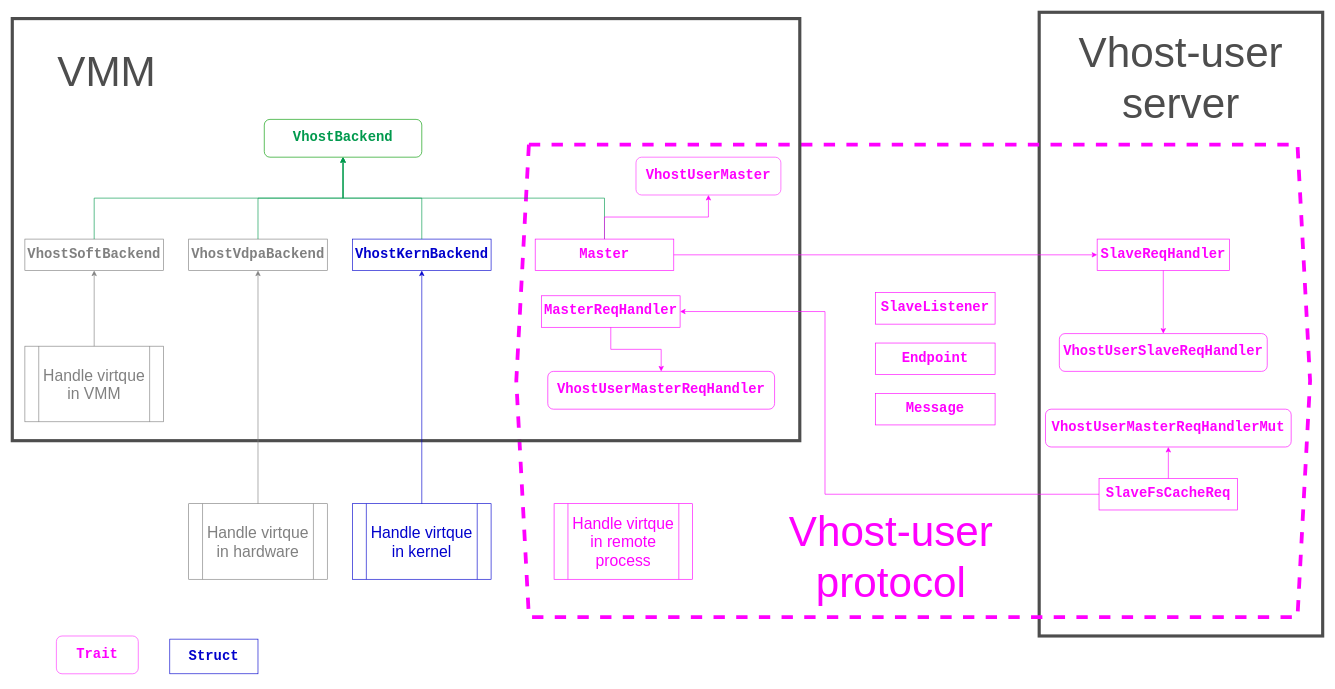
Above: crates/vhost/docs/vhost_architecture.drawio in rust-vmm/vhost (draw.io), before the change. Source tidied: cells renumbered, new cells numbered last; positions are measured from the earlier drawing's top-left corner, leaving out a move shared by most shapes. Both pictures are drawn from the tidied source at 63%, with x=0, y=0 at pixel (12, 12).
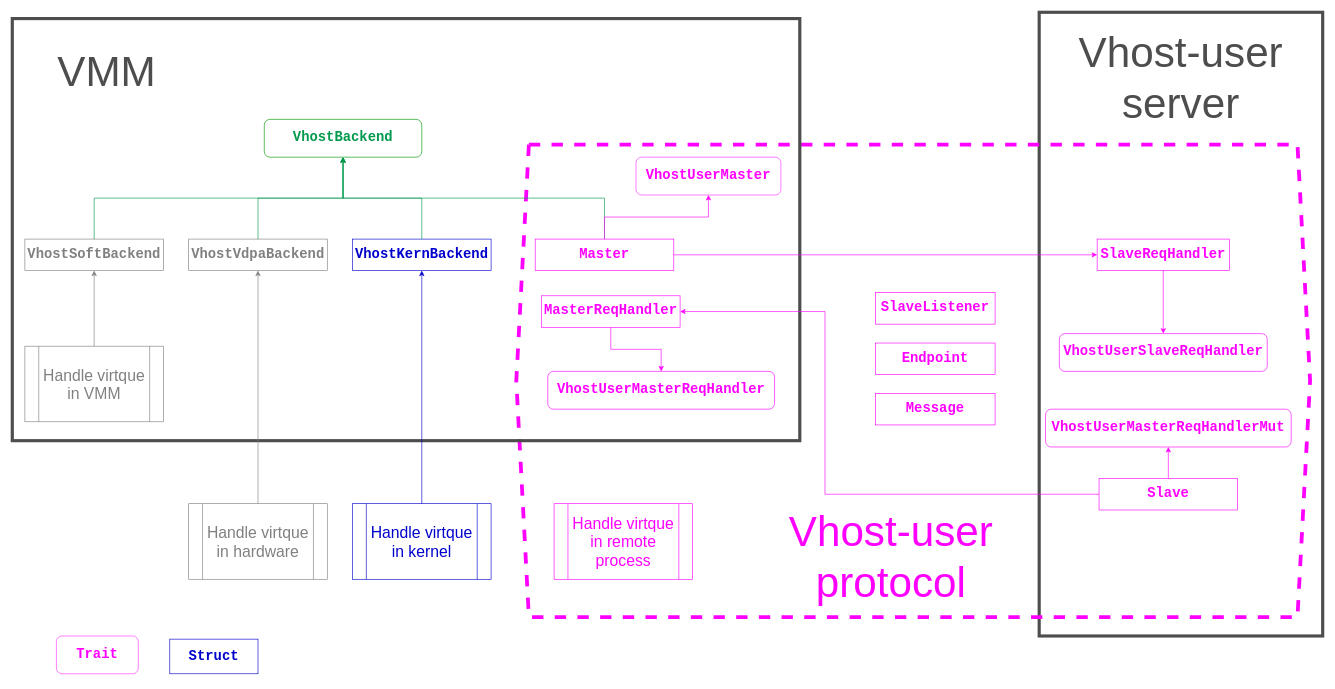
The same page after the edit.

Commit message (it also covers changes not shown here):
vhost_user: Slave requests aren't only FS specific

Diff of the diagram source:
```diff
@@
-    <mxCell id="8" value="&lt;pre style=&quot;font-family: &amp;quot;jetbrains mono&amp;quot;, monospace; font-size: 16.5pt;&quot;&gt;&lt;pre style=&quot;font-family: &amp;quot;jetbrains mono&amp;quot; , monospace ; font-size: 16.5pt&quot;&gt;SlaveFsCacheReq&lt;/pre&gt;&lt;/pre&gt;" style="rounded=0;whiteSpace=wrap;html=1;fontStyle=1;labelBackgroundColor=none;fontColor=#FF00FF;strokeColor=#FF00FF;" parent="1" vertex="1">
+    <mxCell id="8" value="&lt;pre style=&quot;font-family: &amp;quot;jetbrains mono&amp;quot;, monospace; font-size: 16.5pt;&quot;&gt;&lt;pre style=&quot;font-family: &amp;quot;jetbrains mono&amp;quot; , monospace ; font-size: 16.5pt&quot;&gt;Slave&lt;/pre&gt;&lt;/pre&gt;" style="rounded=0;whiteSpace=wrap;html=1;fontStyle=1;labelBackgroundColor=none;fontColor=#FF00FF;strokeColor=#FF00FF;" parent="1" vertex="1">
       <mxGeometry x="1725" y="740" width="220" height="50" as="geometry" />
     </mxCell>
```
